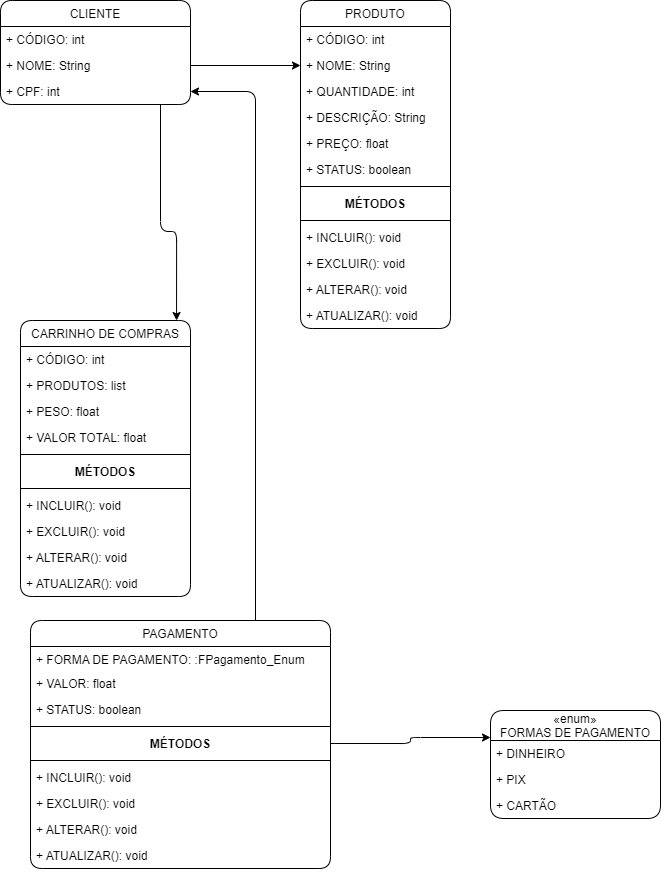
Earlier version of the draw.io export Untitled Diagram.drawio.png (joao100101/Engenharia-De-Software). Source tidied: cells renumbered, new cells last; positions are measured from the earlier drawing's top-left corner, leaving out a move shared by most shapes.
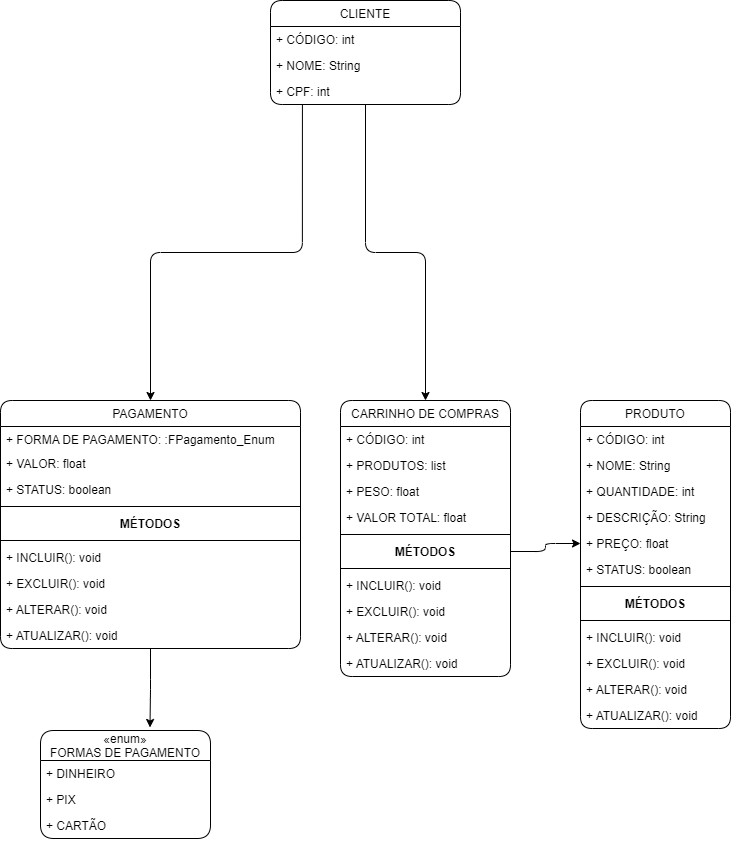
The same file after the commit.

Change to the diagram source:
```diff
@@ -2,8 +2,14 @@
   <root>
     <mxCell id="0" />
     <mxCell id="1" parent="0" />
+    <mxCell id="51" style="edgeStyle=orthogonalEdgeStyle;rounded=1;jettySize=auto;html=1;" parent="1" edge="1" source="2" target="20">
+      <mxGeometry relative="1" as="geometry" />
+    </mxCell>
+    <mxCell id="52" style="edgeStyle=orthogonalEdgeStyle;rounded=1;jettySize=auto;html=1;exitX=0.168;exitY=1.019;exitDx=0;exitDy=0;exitPerimeter=0;" parent="1" edge="1" source="5" target="33">
+      <mxGeometry relative="1" as="geometry" />
+    </mxCell>
     <mxCell id="2" value="CLIENTE" style="swimlane;fontStyle=0;horizontal=1;startSize=26;fillColor=none;rounded=1;" parent="1" vertex="1">
-      <mxGeometry width="190" height="104" as="geometry" />
+      <mxGeometry x="260" y="220" width="190" height="104" as="geometry" />
     </mxCell>
     <mxCell id="3" value="+ CÓDIGO: int" style="text;strokeColor=none;fillColor=none;align=left;verticalAlign=top;spacingLeft=4;spacingRight=4;overflow=hidden;rounded=1;" parent="2" vertex="1">
       <mxGeometry y="26" width="190" height="26" as="geometry" />
@@ -15,7 +21,7 @@
       <mxGeometry y="78" width="190" height="26" as="geometry" />
     </mxCell>
     <mxCell id="6" value="PRODUTO" style="swimlane;fontStyle=0;horizontal=1;startSize=26;fillColor=none;rounded=1;" parent="1" vertex="1">
-      <mxGeometry x="300" width="150" height="328" as="geometry" />
+      <mxGeometry x="570" y="620" width="150" height="328" as="geometry" />
     </mxCell>
     <mxCell id="7" value="+ CÓDIGO: int" style="text;strokeColor=none;fillColor=none;align=left;verticalAlign=top;spacingLeft=4;spacingRight=4;overflow=hidden;rounded=1;" parent="6" vertex="1">
       <mxGeometry y="26" width="150" height="26" as="geometry" />
@@ -57,7 +63,7 @@
       <mxGeometry y="302" width="150" height="26" as="geometry" />
     </mxCell>
     <mxCell id="20" value="CARRINHO DE COMPRAS" style="swimlane;fontStyle=0;horizontal=1;startSize=26;fillColor=none;rounded=1;" parent="1" vertex="1">
-      <mxGeometry x="20" y="320" width="170" height="276" as="geometry" />
+      <mxGeometry x="330" y="620" width="170" height="276" as="geometry" />
     </mxCell>
     <mxCell id="21" value="+ CÓDIGO: int" style="text;strokeColor=none;fillColor=none;align=left;verticalAlign=top;spacingLeft=4;spacingRight=4;overflow=hidden;rounded=1;" parent="20" vertex="1">
       <mxGeometry y="26" width="170" height="26" as="geometry" />
@@ -92,11 +98,11 @@
     <mxCell id="31" value="+ ATUALIZAR(): void" style="text;strokeColor=none;fillColor=none;align=left;verticalAlign=top;spacingLeft=4;spacingRight=4;overflow=hidden;rounded=1;" parent="20" vertex="1">
       <mxGeometry y="250" width="170" height="26" as="geometry" />
     </mxCell>
-    <mxCell id="32" style="edgeStyle=orthogonalEdgeStyle;rounded=1;jettySize=auto;html=1;exitX=0.75;exitY=0;exitDx=0;exitDy=0;" parent="1" edge="1" source="33" target="5">
-      <mxGeometry relative="1" as="geometry" />
-    </mxCell>
+    <mxCell id="53" style="edgeStyle=orthogonalEdgeStyle;rounded=1;jettySize=auto;html=1;entryX=0.644;entryY=-0.028;entryDx=0;entryDy=0;entryPerimeter=0;" parent="1" edge="1" source="33" target="44">
+      <mxGeometry relative="1" as="geometry" />
+    </mxCell>
     <mxCell id="33" value="PAGAMENTO" style="swimlane;fontStyle=0;horizontal=1;startSize=26;fillColor=none;rounded=1;" parent="1" vertex="1">
-      <mxGeometry x="30" y="620" width="300" height="248" as="geometry" />
+      <mxGeometry x="-10" y="620" width="300" height="248" as="geometry" />
     </mxCell>
     <mxCell id="34" value="+ FORMA DE PAGAMENTO: :FPagamento_Enum" style="text;strokeColor=none;fillColor=none;align=left;verticalAlign=top;spacingLeft=4;spacingRight=4;overflow=hidden;rounded=1;" parent="33" vertex="1">
       <mxGeometry y="26" width="300" height="24" as="geometry" />
@@ -129,7 +135,7 @@
       <mxGeometry y="222" width="300" height="26" as="geometry" />
     </mxCell>
     <mxCell id="44" value="«enum»&#10;FORMAS DE PAGAMENTO" style="swimlane;fontStyle=0;horizontal=1;startSize=30;fillColor=none;rounded=1;" parent="1" vertex="1">
-      <mxGeometry x="490" y="710" width="170" height="108" as="geometry" />
+      <mxGeometry x="30" y="950" width="170" height="108" as="geometry" />
     </mxCell>
     <mxCell id="45" value="+ DINHEIRO" style="text;strokeColor=none;fillColor=none;align=left;verticalAlign=top;spacingLeft=4;spacingRight=4;overflow=hidden;rounded=1;" parent="44" vertex="1">
       <mxGeometry y="30" width="170" height="26" as="geometry" />
@@ -140,19 +146,8 @@
     <mxCell id="47" value="+ CARTÃO" style="text;strokeColor=none;fillColor=none;align=left;verticalAlign=top;spacingLeft=4;spacingRight=4;overflow=hidden;rounded=1;" parent="44" vertex="1">
       <mxGeometry y="82" width="170" height="26" as="geometry" />
     </mxCell>
-    <mxCell id="48" style="edgeStyle=orthogonalEdgeStyle;rounded=1;jettySize=auto;html=1;entryX=0;entryY=0.25;entryDx=0;entryDy=0;" parent="1" edge="1" source="38" target="44">
-      <mxGeometry relative="1" as="geometry" />
-    </mxCell>
-    <mxCell id="49" style="edgeStyle=orthogonalEdgeStyle;rounded=1;jettySize=auto;html=1;entryX=0.918;entryY=0;entryDx=0;entryDy=0;entryPerimeter=0;" parent="1" edge="1" source="5" target="20">
-      <mxGeometry relative="1" as="geometry">
-        <Array as="points">
-          <mxPoint x="160" y="231" />
-          <mxPoint x="176" y="231" />
-        </Array>
-      </mxGeometry>
-    </mxCell>
-    <mxCell id="50" style="edgeStyle=orthogonalEdgeStyle;rounded=1;jettySize=auto;html=1;entryX=0;entryY=0.5;entryDx=0;entryDy=0;" parent="1" edge="1" source="4" target="8">
-      <mxGeometry relative="1" as="geometry" />
-    </mxCell>
+    <mxCell id="54" style="edgeStyle=orthogonalEdgeStyle;rounded=1;jettySize=auto;html=1;entryX=0;entryY=0.5;entryDx=0;entryDy=0;" parent="1" edge="1" source="26" target="11">
+      <mxGeometry relative="1" as="geometry" />
+    </mxCell>
   </root>
 </mxGraphModel>
```
